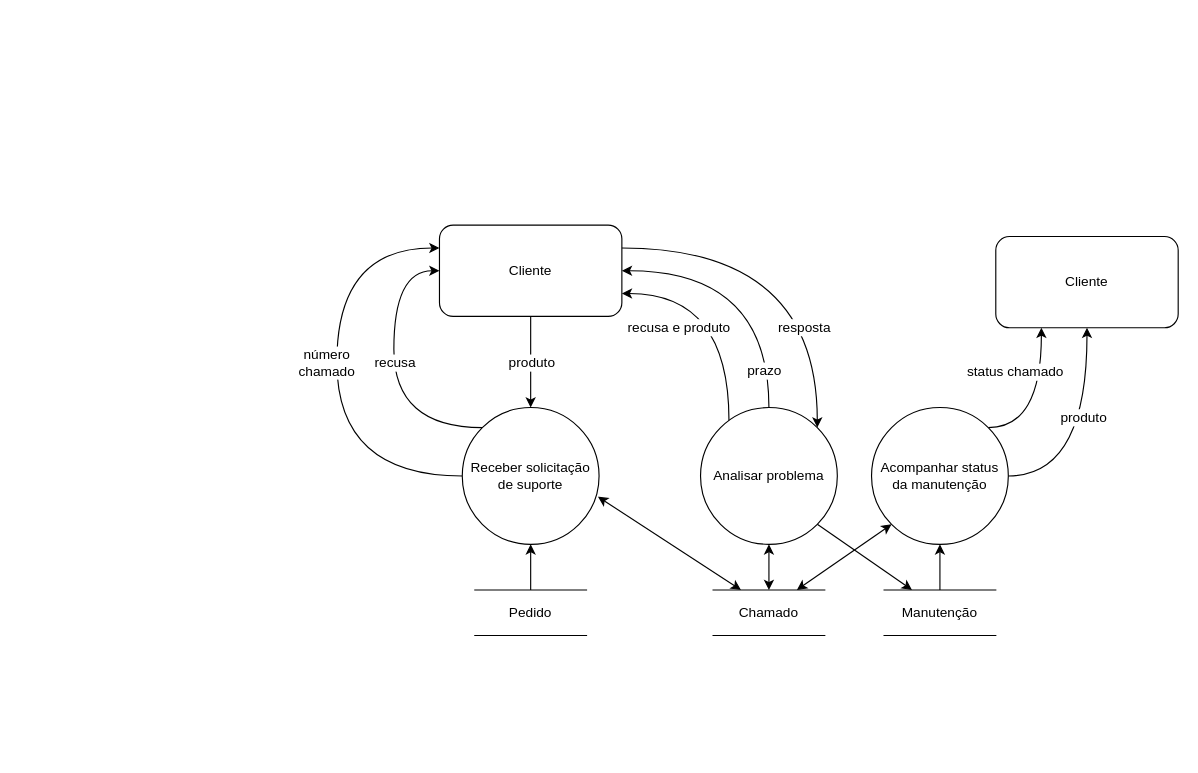
This is page "Atender Solicitação de Suporte" (4 of 5) of 16-DFD Essencial para cada Capacidade.drawio from emersonsoaresdasilva/projeto-ope, a draw.io file, before an edit. Source tidied: cells renumbered, new cells numbered last; positions are measured from the earlier drawing's top-left corner, leaving out a move shared by most shapes. Both pictures are drawn from the tidied source at 114%, with x=0, y=0 at pixel (325, 213).
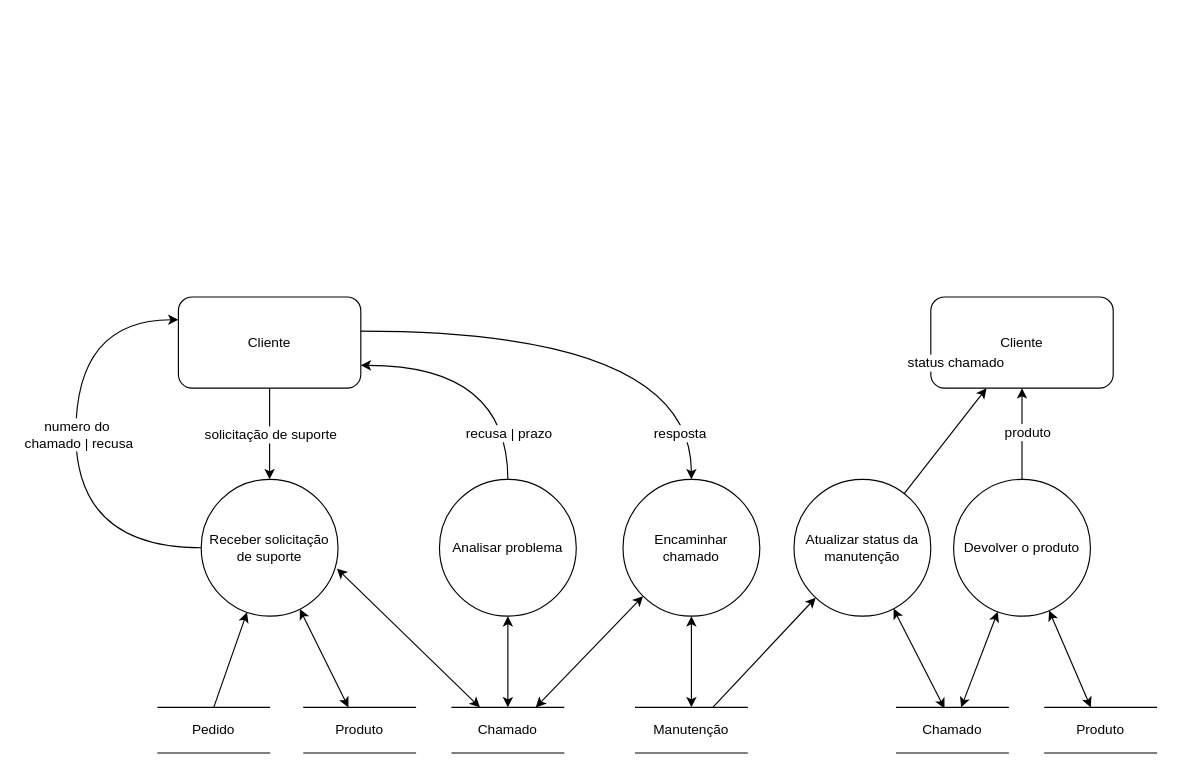
The same diagram, later.

Diff of the diagram source:
```diff
@@
-    <mxCell id="3" style="edgeStyle=orthogonalEdgeStyle;curved=1;rounded=0;jettySize=auto;html=1;exitX=0;exitY=0;exitDx=0;exitDy=0;startArrow=none;startFill=0;endArrow=classic;endFill=1;entryX=0;entryY=0.5;entryDx=0;entryDy=0;" parent="1" edge="1" source="5" target="7">
-      <mxGeometry relative="1" as="geometry">
-        <Array as="points">
-          <mxPoint x="60" y="188" />
-          <mxPoint x="60" y="50" />
-        </Array>
-      </mxGeometry>
-    </mxCell>
     <mxCell id="4" style="edgeStyle=orthogonalEdgeStyle;curved=1;rounded=0;jettySize=auto;html=1;exitX=0;exitY=0.5;exitDx=0;exitDy=0;entryX=0;entryY=0.25;entryDx=0;entryDy=0;startArrow=none;startFill=0;endArrow=classic;endFill=1;" parent="1" edge="1" source="5" target="7">
       <mxGeometry relative="1" as="geometry">
         <Array as="points">
-          <mxPoint x="10" y="230" />
-          <mxPoint x="10" y="30" />
+          <mxPoint x="-219" y="293" />
+          <mxPoint x="-219" y="93" />
         </Array>
       </mxGeometry>
     </mxCell>
+    <mxCell id="32" style="edgeStyle=none;rounded=0;jettySize=auto;html=1;startArrow=classic;startFill=1;endArrow=classic;endFill=1;" parent="1" edge="1" source="5" target="39">
+      <mxGeometry relative="1" as="geometry" />
+    </mxCell>
     <mxCell id="5" value="Receber solicitação de suporte" style="ellipse;whiteSpace=wrap;html=1;" parent="1" vertex="1">
-      <mxGeometry x="120" y="170" width="120" height="120" as="geometry" />
+      <mxGeometry x="-109" y="233" width="120" height="120" as="geometry" />
     </mxCell>
@@
     <mxCell id="7" value="Cliente" style="rounded=1;whiteSpace=wrap;html=1;" parent="1" vertex="1">
-      <mxGeometry x="100" y="10" width="160" height="80" as="geometry" />
+      <mxGeometry x="-129" y="73" width="160" height="80" as="geometry" />
     </mxCell>
-    <mxCell id="8" value="produto" style="edgeLabel;html=1;align=center;verticalAlign=middle;fontSize=12;" parent="1" vertex="1">
-      <mxGeometry x="180" y="130" as="geometry" />
+    <mxCell id="8" value="solicitação de suporte" style="edgeLabel;html=1;align=center;verticalAlign=middle;fontSize=12;" parent="1" vertex="1">
+      <mxGeometry x="-49" y="193" as="geometry" />
     </mxCell>
@@
     <mxCell id="10" value="Pedido" style="shape=partialRectangle;whiteSpace=wrap;html=1;left=0;right=0;fillColor=none;rounded=0;" parent="1" vertex="1">
-      <mxGeometry x="131" y="330" width="98" height="40" as="geometry" />
+      <mxGeometry x="-147" y="433" width="98" height="40" as="geometry" />
     </mxCell>
@@
     <mxCell id="12" value="Chamado" style="shape=partialRectangle;whiteSpace=wrap;html=1;left=0;right=0;fillColor=none;rounded=0;" parent="1" vertex="1">
-      <mxGeometry x="340" y="330" width="98" height="40" as="geometry" />
+      <mxGeometry x="111" y="433" width="98" height="40" as="geometry" />
     </mxCell>
-    <mxCell id="13" value="recusa" style="edgeLabel;html=1;align=center;verticalAlign=middle;fontSize=12;" parent="1" vertex="1">
-      <mxGeometry x="60" y="130" as="geometry" />
-    </mxCell>
-    <mxCell id="14" value="número&lt;br&gt;chamado" style="edgeLabel;html=1;align=center;verticalAlign=middle;fontSize=12;" parent="1" vertex="1">
-      <mxGeometry y="130" as="geometry" />
-    </mxCell>
-    <mxCell id="15" style="edgeStyle=orthogonalEdgeStyle;rounded=0;jettySize=auto;html=1;exitX=0.208;exitY=0.097;exitDx=0;exitDy=0;entryX=1;entryY=0.75;entryDx=0;entryDy=0;startArrow=none;startFill=0;endArrow=classic;endFill=1;exitPerimeter=0;curved=1;" parent="1" edge="1" source="19" target="7">
+    <mxCell id="15" style="edgeStyle=orthogonalEdgeStyle;rounded=0;jettySize=auto;html=1;entryX=1;entryY=0.75;entryDx=0;entryDy=0;startArrow=none;startFill=0;endArrow=classic;endFill=1;curved=1;" parent="1" edge="1" source="19" target="7">
       <mxGeometry relative="1" as="geometry">
         <Array as="points">
-          <mxPoint x="354" y="70" />
+          <mxPoint x="160" y="133" />
         </Array>
       </mxGeometry>
     </mxCell>
-    <mxCell id="16" style="edgeStyle=orthogonalEdgeStyle;curved=1;rounded=0;jettySize=auto;html=1;exitX=0.5;exitY=0;exitDx=0;exitDy=0;entryX=1;entryY=0.5;entryDx=0;entryDy=0;startArrow=none;startFill=0;endArrow=classic;endFill=1;" parent="1" edge="1" source="19" target="7">
-      <mxGeometry relative="1" as="geometry">
-        <Array as="points">
-          <mxPoint x="389" y="50" />
-        </Array>
-      </mxGeometry>
-    </mxCell>
-    <mxCell id="17" style="edgeStyle=none;rounded=0;jettySize=auto;html=1;exitX=1;exitY=1;exitDx=0;exitDy=0;entryX=0.25;entryY=0;entryDx=0;entryDy=0;startArrow=none;startFill=0;endArrow=classic;endFill=1;" parent="1" edge="1" source="19" target="23">
-      <mxGeometry relative="1" as="geometry" />
-    </mxCell>
-    <mxCell id="18" style="edgeStyle=orthogonalEdgeStyle;rounded=0;jettySize=auto;html=1;exitX=1;exitY=0;exitDx=0;exitDy=0;entryX=1;entryY=0.25;entryDx=0;entryDy=0;startArrow=classic;startFill=1;endArrow=none;endFill=0;curved=1;" parent="1" edge="1" source="19" target="7">
+    <mxCell id="18" style="edgeStyle=orthogonalEdgeStyle;rounded=0;jettySize=auto;html=1;startArrow=classic;startFill=1;endArrow=none;endFill=0;curved=1;" parent="1" edge="1" source="43" target="7">
       <mxGeometry relative="1" as="geometry">
         <Array as="points">
-          <mxPoint x="431" y="30" />
+          <mxPoint x="321" y="103" />
         </Array>
       </mxGeometry>
     </mxCell>
     <mxCell id="19" value="Analisar problema" style="ellipse;whiteSpace=wrap;html=1;" parent="1" vertex="1">
-      <mxGeometry x="329" y="170" width="120" height="120" as="geometry" />
+      <mxGeometry x="100" y="233" width="120" height="120" as="geometry" />
     </mxCell>
-    <mxCell id="20" value="prazo" style="edgeLabel;html=1;align=center;verticalAlign=middle;fontSize=12;" parent="1" vertex="1">
-      <mxGeometry x="350" y="150" as="geometry">
-        <mxPoint x="34" y="-13" as="offset" />
-      </mxGeometry>
-    </mxCell>
-    <mxCell id="21" value="recusa e produto" style="edgeLabel;html=1;align=center;verticalAlign=middle;fontSize=12;" parent="1" vertex="1">
-      <mxGeometry x="300" y="100" as="geometry">
+    <mxCell id="21" value="recusa | prazo" style="edgeLabel;html=1;align=center;verticalAlign=middle;fontSize=12;" parent="1" vertex="1">
+      <mxGeometry x="151" y="193" as="geometry">
         <mxPoint x="9" y="-1" as="offset" />
       </mxGeometry>
     </mxCell>
     <mxCell id="22" value="resposta" style="edgeLabel;html=1;align=center;verticalAlign=middle;fontSize=12;" parent="1" vertex="1">
-      <mxGeometry x="410" y="100" as="geometry">
+      <mxGeometry x="301" y="193" as="geometry">
         <mxPoint x="9" y="-1" as="offset" />
       </mxGeometry>
     </mxCell>
     <mxCell id="23" value="Manutenção" style="shape=partialRectangle;whiteSpace=wrap;html=1;left=0;right=0;fillColor=none;rounded=0;" parent="1" vertex="1">
-      <mxGeometry x="490" y="330" width="98" height="40" as="geometry" />
+      <mxGeometry x="272" y="433" width="98" height="40" as="geometry" />
     </mxCell>
-    <mxCell id="24" style="rounded=0;jettySize=auto;html=1;exitX=0;exitY=1;exitDx=0;exitDy=0;entryX=0.75;entryY=0;entryDx=0;entryDy=0;startArrow=classic;startFill=1;endArrow=classic;endFill=1;" parent="1" edge="1" source="27" target="12">
+    <mxCell id="24" style="rounded=0;jettySize=auto;html=1;exitX=0.5;exitY=1;exitDx=0;exitDy=0;entryX=0.5;entryY=0;entryDx=0;entryDy=0;startArrow=classic;startFill=1;endArrow=classic;endFill=1;" parent="1" edge="1" source="43" target="23">
       <mxGeometry relative="1" as="geometry" />
     </mxCell>
-    <mxCell id="25" style="edgeStyle=orthogonalEdgeStyle;rounded=0;jettySize=auto;html=1;exitX=1;exitY=0.5;exitDx=0;exitDy=0;entryX=0.5;entryY=1;entryDx=0;entryDy=0;startArrow=none;startFill=0;endArrow=classic;endFill=1;curved=1;" parent="1" edge="1" source="27" target="28">
-      <mxGeometry relative="1" as="geometry" />
-    </mxCell>
-    <mxCell id="26" style="edgeStyle=orthogonalEdgeStyle;curved=1;rounded=0;jettySize=auto;html=1;exitX=1;exitY=0;exitDx=0;exitDy=0;entryX=0.25;entryY=1;entryDx=0;entryDy=0;startArrow=none;startFill=0;endArrow=classic;endFill=1;" parent="1" edge="1" source="27" target="28">
-      <mxGeometry relative="1" as="geometry">
-        <Array as="points">
-          <mxPoint x="628" y="188" />
-        </Array>
-      </mxGeometry>
-    </mxCell>
+    <mxCell id="33" style="edgeStyle=none;rounded=0;jettySize=auto;html=1;startArrow=none;startFill=0;" parent="1" edge="1" source="27" target="28">
+      <mxGeometry relative="1" as="geometry" />
+    </mxCell>
+    <mxCell id="34" style="edgeStyle=none;rounded=0;jettySize=auto;html=1;entryX=0.429;entryY=0.025;entryDx=0;entryDy=0;entryPerimeter=0;startArrow=classic;startFill=1;" parent="1" edge="1" source="27" target="38">
+      <mxGeometry relative="1" as="geometry" />
+    </mxCell>
-    <mxCell id="27" value="Acompanhar status da manutenção" style="ellipse;whiteSpace=wrap;html=1;" parent="1" vertex="1">
-      <mxGeometry x="479" y="170" width="120" height="120" as="geometry" />
+    <mxCell id="27" value="Atualizar status da manutenção" style="ellipse;whiteSpace=wrap;html=1;" parent="1" vertex="1">
+      <mxGeometry x="411" y="233" width="120" height="120" as="geometry" />
     </mxCell>
     <mxCell id="28" value="Cliente" style="rounded=1;whiteSpace=wrap;html=1;" parent="1" vertex="1">
-      <mxGeometry x="588" y="20" width="160" height="80" as="geometry" />
+      <mxGeometry x="531" y="73" width="160" height="80" as="geometry" />
     </mxCell>
-    <mxCell id="29" style="edgeStyle=none;rounded=0;jettySize=auto;html=1;exitX=0.5;exitY=1;exitDx=0;exitDy=0;entryX=0.5;entryY=0;entryDx=0;entryDy=0;startArrow=classic;startFill=1;endArrow=none;endFill=0;" parent="1" edge="1" source="27" target="23">
+    <mxCell id="29" style="edgeStyle=none;rounded=0;jettySize=auto;html=1;startArrow=classic;startFill=1;endArrow=none;endFill=0;" parent="1" edge="1" source="27" target="23">
       <mxGeometry relative="1" as="geometry" />
     </mxCell>
     <mxCell id="30" value="status chamado" style="edgeLabel;html=1;align=center;verticalAlign=middle;fontSize=12;" parent="1" vertex="1">
-      <mxGeometry x="460" as="geometry">
-        <mxPoint x="144" y="138" as="offset" />
+      <mxGeometry x="340" y="-170" as="geometry">
+        <mxPoint x="212" y="300" as="offset" />
       </mxGeometry>
     </mxCell>
+    <mxCell id="35" style="edgeStyle=none;rounded=0;jettySize=auto;html=1;exitX=0.5;exitY=0;exitDx=0;exitDy=0;startArrow=none;startFill=0;endArrow=classic;endFill=1;" parent="1" edge="1" source="37" target="28">
+      <mxGeometry relative="1" as="geometry" />
+    </mxCell>
+    <mxCell id="36" style="edgeStyle=none;rounded=0;jettySize=auto;html=1;startArrow=classic;startFill=1;endArrow=classic;endFill=1;" parent="1" edge="1" source="37" target="38">
+      <mxGeometry relative="1" as="geometry" />
+    </mxCell>
+    <mxCell id="37" value="Devolver o produto" style="ellipse;whiteSpace=wrap;html=1;" parent="1" vertex="1">
+      <mxGeometry x="551" y="233" width="120" height="120" as="geometry" />
+    </mxCell>
     <mxCell id="31" value="produto" style="edgeLabel;html=1;align=center;verticalAlign=middle;fontSize=12;" parent="1" vertex="1">
-      <mxGeometry x="520" y="40" as="geometry">
+      <mxGeometry x="471" y="53" as="geometry">
         <mxPoint x="144" y="138" as="offset" />
       </mxGeometry>
     </mxCell>
+    <mxCell id="38" value="Chamado" style="shape=partialRectangle;whiteSpace=wrap;html=1;left=0;right=0;fillColor=none;rounded=0;" parent="1" vertex="1">
+      <mxGeometry x="501" y="433" width="98" height="40" as="geometry" />
+    </mxCell>
+    <mxCell id="39" value="Produto" style="shape=partialRectangle;whiteSpace=wrap;html=1;left=0;right=0;fillColor=none;rounded=0;" parent="1" vertex="1">
+      <mxGeometry x="-19" y="433" width="98" height="40" as="geometry" />
+    </mxCell>
+    <mxCell id="40" style="edgeStyle=none;rounded=0;jettySize=auto;html=1;startArrow=classic;startFill=1;endArrow=classic;endFill=1;" parent="1" edge="1" source="41" target="37">
+      <mxGeometry relative="1" as="geometry" />
+    </mxCell>
+    <mxCell id="41" value="Produto" style="shape=partialRectangle;whiteSpace=wrap;html=1;left=0;right=0;fillColor=none;rounded=0;" parent="1" vertex="1">
+      <mxGeometry x="631" y="433" width="98" height="40" as="geometry" />
+    </mxCell>
+    <mxCell id="42" style="rounded=0;jettySize=auto;html=1;exitX=0;exitY=1;exitDx=0;exitDy=0;entryX=0.75;entryY=0;entryDx=0;entryDy=0;startArrow=classic;startFill=1;" parent="1" edge="1" source="43" target="12">
+      <mxGeometry relative="1" as="geometry" />
+    </mxCell>
+    <mxCell id="43" value="Encaminhar &lt;br&gt;chamado" style="ellipse;whiteSpace=wrap;html=1;" parent="1" vertex="1">
+      <mxGeometry x="261" y="233" width="120" height="120" as="geometry" />
+    </mxCell>
+    <mxCell id="44" value="numero do&lt;br&gt;&amp;nbsp;chamado | recusa" style="edgeLabel;html=1;align=center;verticalAlign=middle;fontSize=12;" parent="1" vertex="1">
+      <mxGeometry x="-219" y="193" as="geometry" />
+    </mxCell>
```
